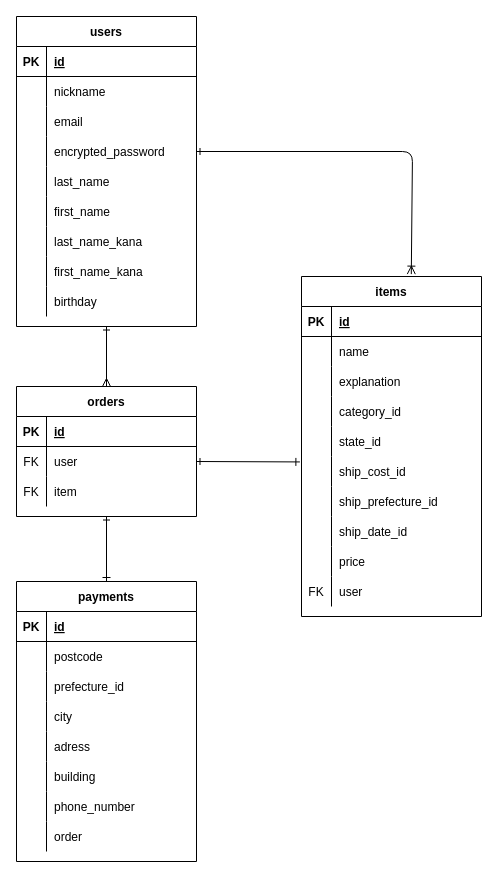
Above: ER.dio in 9bota/furima-38523 (draw.io), before the change. Source tidied: cells renumbered, new cells numbered last; positions are measured from the earlier drawing's top-left corner, leaving out a move shared by most shapes. Both pictures are drawn from the tidied source at 100%, with x=0, y=0 at pixel (16, 16).
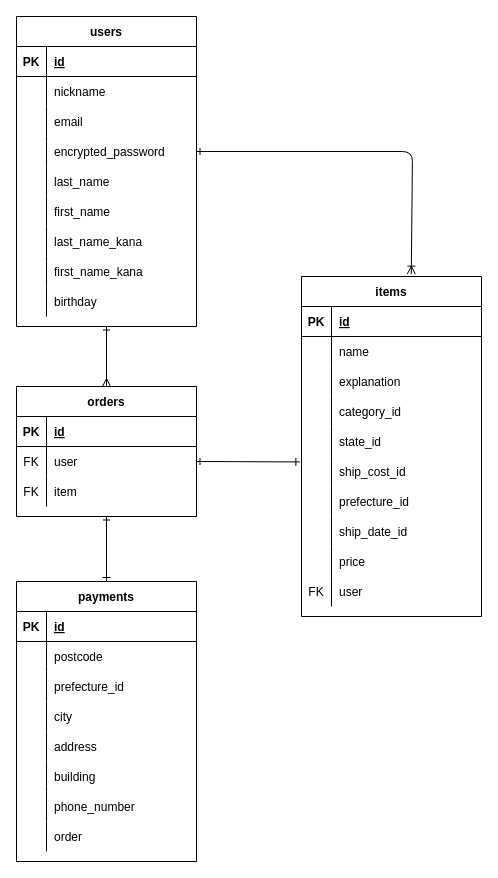
After the change.

Commit message (it also covers changes not shown here):
コメント修正２

ERスペル訂正
カラム名変更
バリテーションの記述変更

The change refers to these unchanged cells:
```xml
<mxCell id="50" style="shape=partialRectangle;fillColor=none;top=0;left=0;bottom=0;right=0;" parent="31" vertex="1">
  <mxGeometry y="210" width="180" height="30" as="geometry" />
</mxCell>
<mxCell id="86" style="shape=partialRectangle;fillColor=none;top=0;left=0;bottom=0;right=0;" parent="73" vertex="1">
  <mxGeometry y="150" width="180" height="30" as="geometry" />
</mxCell>
```

The edit, as a diff of the source:
```diff
@@
-    <mxCell id="52" value="ship_prefecture_id" style="shape=partialRectangle;fillColor=none;top=0;left=0;bottom=0;right=0;align=left;spacingLeft=6;overflow=hidden;" parent="50" vertex="1">
+    <mxCell id="52" value="prefecture_id" style="shape=partialRectangle;fillColor=none;top=0;left=0;bottom=0;right=0;align=left;spacingLeft=6;overflow=hidden;" parent="50" vertex="1">
       <mxGeometry x="30" width="150" height="30" as="geometry" />
     </mxCell>
@@
-    <mxCell id="88" value="adress" style="shape=partialRectangle;fillColor=none;top=0;left=0;bottom=0;right=0;align=left;spacingLeft=6;overflow=hidden;" parent="86" vertex="1">
+    <mxCell id="88" value="address" style="shape=partialRectangle;fillColor=none;top=0;left=0;bottom=0;right=0;align=left;spacingLeft=6;overflow=hidden;" parent="86" vertex="1">
       <mxGeometry x="30" width="150" height="30" as="geometry" />
     </mxCell>
```
